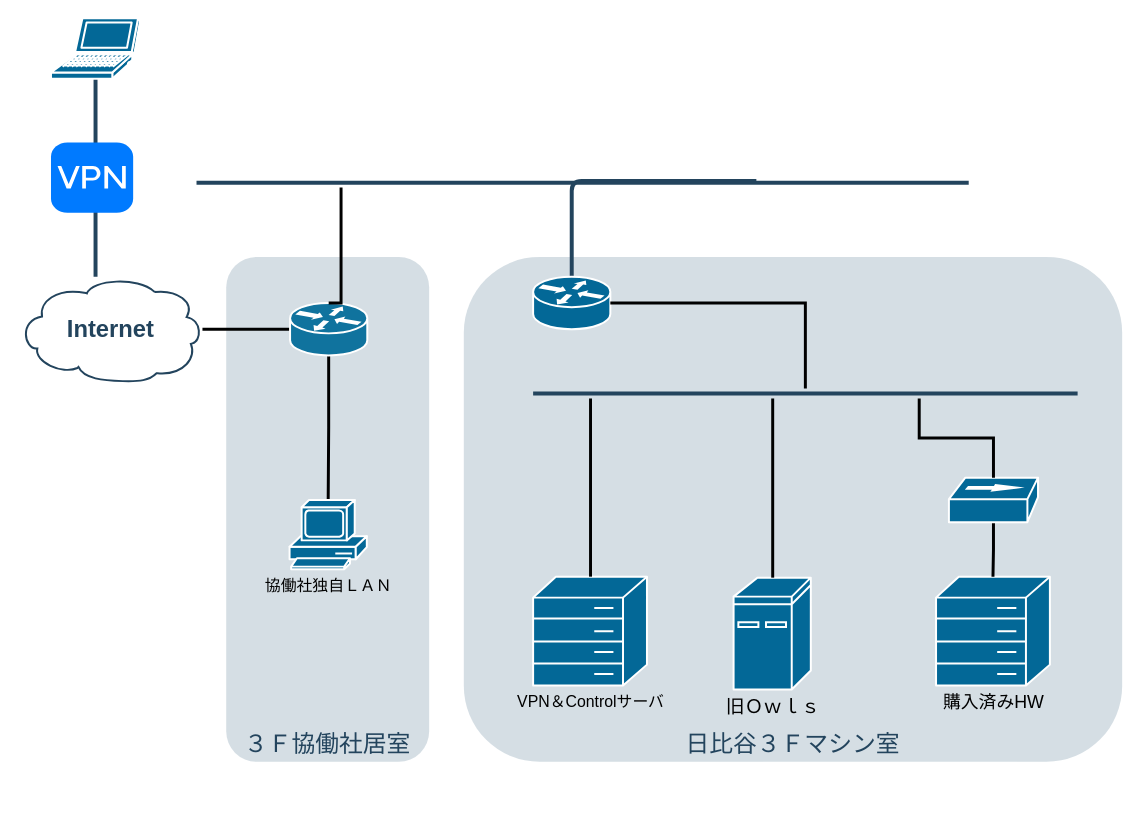
This is Doc/proposal_network.drawio from shiftrepo/OperationBreakingDawn, a draw.io file, before an edit. Source tidied: cells renumbered, new cells numbered last; positions are measured from the earlier drawing's top-left corner, leaving out a move shared by most shapes. Both pictures are drawn from the tidied source at 99%, with x=0, y=0 at pixel (18, 18).
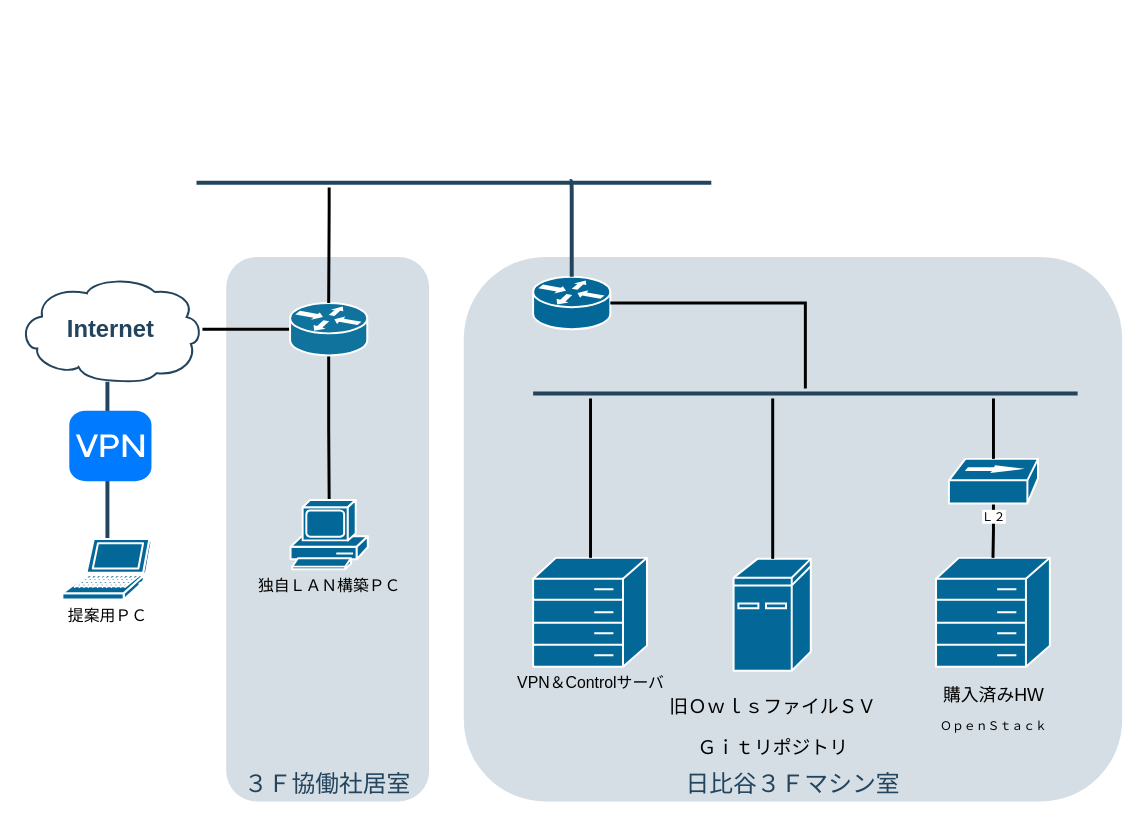
Above is the later version.

Commit message:
proposal_network.drawio を更新します

Unchanged cells that the change refers to:
```xml
<mxCell id="7" style="shape=mxgraph.cisco.routers.router;html=1;dashed=0;fillColor=#10739E;strokeColor=#ffffff;strokeWidth=2;verticalLabelPosition=bottom;verticalAlign=top;fontFamily=Helvetica;fontSize=36;fontColor=#FFB366;" parent="1" vertex="1">
  <mxGeometry x="274.5" y="287.5" width="78" height="53" as="geometry" />
</mxCell>
<mxCell id="19" style="shape=mxgraph.cisco.routers.router;html=1;dashed=0;fillColor=#036897;strokeColor=#ffffff;strokeWidth=2;verticalLabelPosition=bottom;verticalAlign=top;align=center;outlineConnect=0;" parent="1" vertex="1">
  <mxGeometry x="520" y="261" width="78" height="53" as="geometry" />
</mxCell>
<mxCell id="24" style="line;html=1;strokeColor=#23445D;" parent="1" vertex="1">
  <mxGeometry x="520" y="374" width="550" height="10" as="geometry" />
</mxCell>
```

The edit, as a diff of the source:
```diff
@@
     <mxCell id="2" value="３Ｆ協働社居室" style="rounded=1;whiteSpace=wrap;html=1;strokeColor=none;fillColor=#BAC8D3;fontSize=24;fontColor=#23445D;align=center;opacity=60;verticalAlign=bottom;" parent="1" vertex="1">
-      <mxGeometry x="210" y="241" width="205" height="510" as="geometry" />
+      <mxGeometry x="210" y="241" width="205" height="550" as="geometry" />
     </mxCell>
     <mxCell id="3" value="日比谷３Ｆマシン室" style="rounded=1;whiteSpace=wrap;html=1;strokeColor=none;fillColor=#BAC8D3;fontSize=24;fontColor=#23445D;align=center;opacity=60;verticalAlign=bottom;" parent="1" vertex="1">
-      <mxGeometry x="450" y="241" width="665" height="510" as="geometry" />
+      <mxGeometry x="450" y="241" width="665" height="550" as="geometry" />
     </mxCell>
@@
-    <mxCell id="8" style="edgeStyle=orthogonalEdgeStyle;rounded=0;jumpSize=7;jettySize=auto;html=1;entryX=0.5;entryY=0;entryDx=0;entryDy=0;entryPerimeter=0;strokeWidth=3;fontSize=16;endArrow=none;endFill=0;" parent="1" edge="1" source="9" target="7">
+    <mxCell id="8" style="edgeStyle=orthogonalEdgeStyle;rounded=0;jumpSize=7;jettySize=auto;html=1;entryX=0.5;entryY=0;entryDx=0;entryDy=0;entryPerimeter=0;endArrow=none;endFill=0;strokeWidth=3;fontSize=16;" parent="1" edge="1" source="9" target="7">
       <mxGeometry relative="1" as="geometry">
         <Array as="points">
-          <mxPoint x="326" y="287" />
+          <mxPoint x="314" y="191" />
+          <mxPoint x="314" y="191" />
         </Array>
       </mxGeometry>
     </mxCell>
     <mxCell id="9" style="line;html=1;strokeColor=#23445D;" parent="1" vertex="1">
-      <mxGeometry x="180" y="161" width="780" height="10" as="geometry" />
+      <mxGeometry x="180" y="161" width="520" height="10" as="geometry" />
     </mxCell>
@@
-    <mxCell id="11" style="edgeStyle=elbowEdgeStyle;elbow=horizontal;endArrow=none;html=1;strokeColor=#23445D;endFill=0;strokeWidth=4;rounded=1;entryX=0.5;entryY=0;entryDx=0;entryDy=0;entryPerimeter=0;exitX=0.725;exitY=0.329;exitDx=0;exitDy=0;exitPerimeter=0;" parent="1" edge="1" source="9" target="19">
-      <mxGeometry relative="1" as="geometry">
-        <Array as="points">
-          <mxPoint x="559" y="251" />
-        </Array>
-      </mxGeometry>
-    </mxCell>
-    <mxCell id="12" value="&lt;font style=&quot;font-size: 18px&quot;&gt;購入済みHW&lt;/font&gt;" style="shape=mxgraph.cisco.misc.hp_mini;html=1;dashed=0;fillColor=#036897;strokeColor=#ffffff;strokeWidth=2;verticalLabelPosition=bottom;verticalAlign=top;align=center;outlineConnect=0;" parent="1" vertex="1">
-      <mxGeometry x="927" y="564" width="115" height="110" as="geometry" />
+    <mxCell id="12" value="&lt;p&gt;&lt;font style=&quot;font-size: 18px&quot;&gt;購入済みHW&lt;/font&gt;&lt;/p&gt;&lt;p&gt;ＯｐｅｎＳｔａｃｋ&lt;/p&gt;" style="shape=mxgraph.cisco.misc.hp_mini;html=1;dashed=0;fillColor=#036897;strokeColor=#ffffff;strokeWidth=2;verticalLabelPosition=bottom;verticalAlign=top;align=center;outlineConnect=0;" parent="1" vertex="1">
+      <mxGeometry x="927" y="545" width="115" height="110" as="geometry" />
     </mxCell>
-    <mxCell id="13" style="shape=mxgraph.cisco.computers_and_peripherals.laptop;html=1;dashed=0;fillColor=#036897;strokeColor=#ffffff;strokeWidth=2;verticalLabelPosition=bottom;verticalAlign=top;align=center;outlineConnect=0;" parent="1" vertex="1">
-      <mxGeometry x="33" width="90" height="61" as="geometry" />
+    <mxCell id="13" value="提案用ＰＣ" style="shape=mxgraph.cisco.computers_and_peripherals.laptop;html=1;dashed=0;fillColor=#036897;strokeColor=#ffffff;strokeWidth=2;verticalLabelPosition=bottom;verticalAlign=top;align=center;outlineConnect=0;fontSize=16;" parent="1" vertex="1">
+      <mxGeometry x="44.5" y="526" width="90" height="61" as="geometry" />
     </mxCell>
     <mxCell id="14" style="html=1;strokeWidth=1;shadow=0;dashed=0;shape=mxgraph.ios7.misc.vpn;fillColor=#007AFF;strokeColor=none;buttonText=;strokeColor2=#222222;fontColor=#222222;fontSize=8;verticalLabelPosition=bottom;verticalAlign=top;align=center;" parent="1" vertex="1">
-      <mxGeometry x="33" y="125.5" width="83" height="71" as="geometry" />
+      <mxGeometry x="51.5" y="396.5" width="83" height="71" as="geometry" />
     </mxCell>
     <mxCell id="15" value="VPN＆Controlサーバ" style="shape=mxgraph.cisco.misc.hp_mini;html=1;dashed=0;fillColor=#036897;strokeColor=#ffffff;strokeWidth=2;verticalLabelPosition=bottom;verticalAlign=top;align=center;outlineConnect=0;fontSize=16;" parent="1" vertex="1">
-      <mxGeometry x="520" y="564" width="115" height="110" as="geometry" />
+      <mxGeometry x="520" y="545" width="115" height="110" as="geometry" />
     </mxCell>
-    <mxCell id="16" value="旧Ｏｗｌｓ" style="shape=mxgraph.cisco.computers_and_peripherals.ibm_mini_as400;html=1;dashed=0;fillColor=#036897;strokeColor=#ffffff;strokeWidth=2;verticalLabelPosition=bottom;verticalAlign=top;align=center;outlineConnect=0;fontSize=19;" parent="1" vertex="1">
-      <mxGeometry x="722.5" y="565" width="78" height="113" as="geometry" />
+    <mxCell id="16" value="&lt;p&gt;旧ＯｗｌｓファイルＳＶ&lt;/p&gt;&lt;p&gt;Ｇｉｔリポジトリ&lt;/p&gt;" style="shape=mxgraph.cisco.computers_and_peripherals.ibm_mini_as400;html=1;dashed=0;fillColor=#036897;strokeColor=#ffffff;strokeWidth=2;verticalLabelPosition=bottom;verticalAlign=top;align=center;outlineConnect=0;fontSize=19;" parent="1" vertex="1">
+      <mxGeometry x="722.5" y="546" width="78" height="113" as="geometry" />
     </mxCell>
@@
-    <mxCell id="18" style="shape=mxgraph.cisco.hubs_and_gateways.100baset_hub;html=1;dashed=0;fillColor=#036897;strokeColor=#ffffff;strokeWidth=2;verticalLabelPosition=bottom;verticalAlign=top;align=center;outlineConnect=0;" parent="1" vertex="1">
-      <mxGeometry x="940" y="464" width="90" height="45" as="geometry" />
+    <mxCell id="18" value="Ｌ２" style="shape=mxgraph.cisco.hubs_and_gateways.100baset_hub;html=1;dashed=0;fillColor=#036897;strokeColor=#ffffff;strokeWidth=2;verticalLabelPosition=bottom;verticalAlign=top;align=center;outlineConnect=0;labelBackgroundColor=#ffffff;" parent="1" vertex="1">
+      <mxGeometry x="940" y="445" width="90" height="45" as="geometry" />
     </mxCell>
@@
     <mxCell id="21" style="edgeStyle=orthogonalEdgeStyle;rounded=0;jumpSize=7;jettySize=auto;html=1;strokeWidth=3;fontSize=19;endArrow=none;endFill=0;" parent="1" edge="1" source="24" target="18">
       <mxGeometry relative="1" as="geometry">
         <Array as="points">
-          <mxPoint x="910" y="424" />
-          <mxPoint x="985" y="424" />
+          <mxPoint x="985" y="401" />
+          <mxPoint x="985" y="401" />
         </Array>
       </mxGeometry>
     </mxCell>
@@
-    <mxCell id="25" value="協働社独自ＬＡＮ" style="shape=mxgraph.cisco.computers_and_peripherals.pc;html=1;dashed=0;fillColor=#036897;strokeColor=#ffffff;strokeWidth=2;verticalLabelPosition=bottom;verticalAlign=top;align=center;outlineConnect=0;fontSize=16;" parent="1" vertex="1">
-      <mxGeometry x="274" y="486.5" width="78" height="70" as="geometry" />
+    <mxCell id="25" value="独自ＬＡＮ構築ＰＣ" style="shape=mxgraph.cisco.computers_and_peripherals.pc;html=1;dashed=0;fillColor=#036897;strokeColor=#ffffff;strokeWidth=2;verticalLabelPosition=bottom;verticalAlign=top;align=center;outlineConnect=0;fontSize=16;" parent="1" vertex="1">
+      <mxGeometry x="275" y="486.5" width="78" height="70" as="geometry" />
     </mxCell>
+    <mxCell id="11" style="edgeStyle=elbowEdgeStyle;elbow=horizontal;endArrow=none;html=1;strokeColor=#23445D;endFill=0;strokeWidth=4;rounded=1;entryX=0.5;entryY=0;entryDx=0;entryDy=0;entryPerimeter=0;exitX=0.725;exitY=0.329;exitDx=0;exitDy=0;exitPerimeter=0;" parent="1" edge="1" source="9" target="19">
+      <mxGeometry relative="1" as="geometry">
+        <Array as="points">
+          <mxPoint x="559" y="251" />
+        </Array>
+      </mxGeometry>
+    </mxCell>
```
